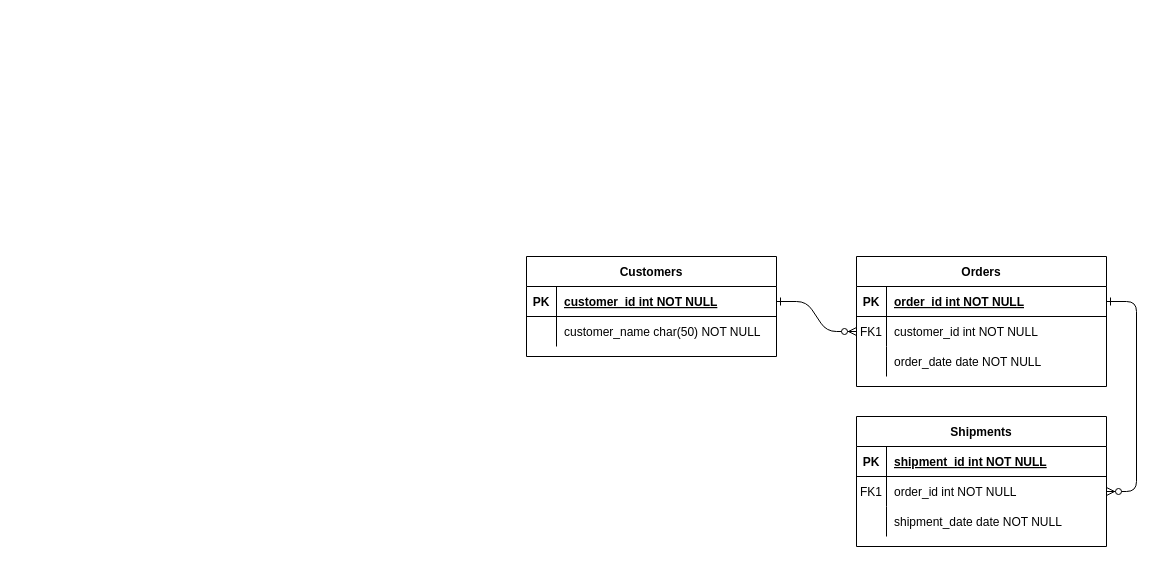
Earlier version of the draw.io diagram Biểu đồ không có tiêu đề.drawio (carrotnie/exe2). Source tidied: cells renumbered, new cells numbered last; positions are measured from the earlier drawing's top-left corner, leaving out a move shared by most shapes. Both pictures are drawn from the tidied source at 100%, with x=0, y=0 at pixel (526, 256).
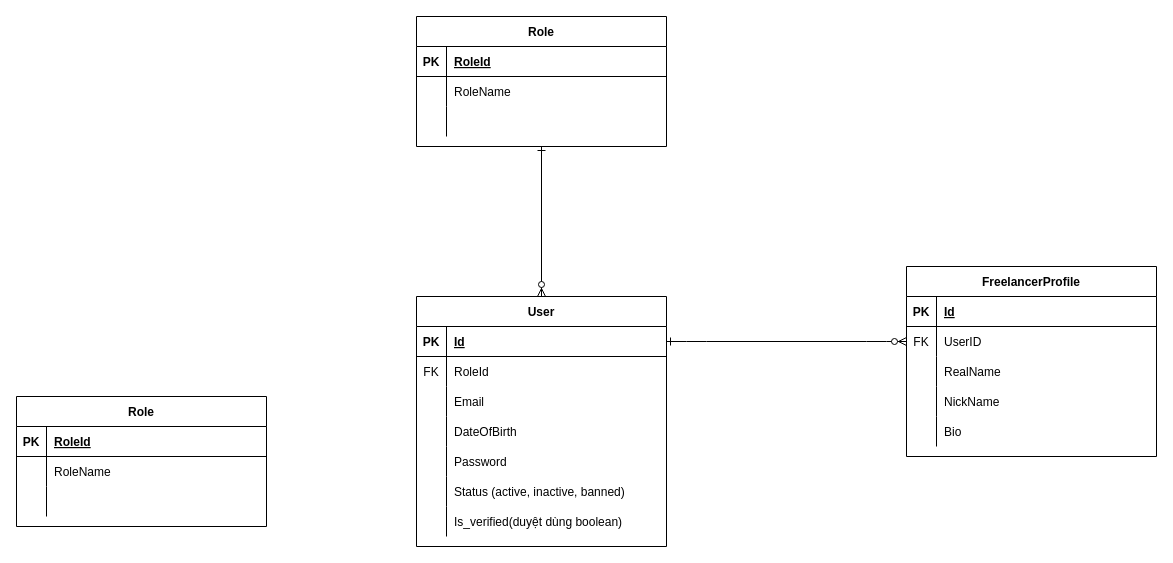
The same diagram, later.

Commit message:
Cập nhật Biểu đồ không có tiêu đề.drawio

Unchanged cells that the change refers to:
```xml
<mxCell id="5" style="shape=partialRectangle;fillColor=none;points=[[0,0.5],[1,0.5]];portConstraint=eastwest;top=0;left=0;right=0;bottom=1;" parent="4" vertex="1">
  <mxGeometry y="30" width="250" height="30" as="geometry" />
</mxCell>
<mxCell id="8" style="shape=partialRectangle;fillColor=none;points=[[0,0.5],[1,0.5]];portConstraint=eastwest;top=0;left=0;right=0;bottom=0;" parent="4" vertex="1">
  <mxGeometry y="60" width="250" height="30" as="geometry" />
</mxCell>
<mxCell id="11" style="shape=partialRectangle;fillColor=none;top=0;left=0;right=0;bottom=0;" parent="4" vertex="1">
  <mxGeometry y="90" width="250" height="30" as="geometry" />
</mxCell>
<mxCell id="15" style="shape=partialRectangle;fillColor=none;top=0;left=0;right=0;bottom=1;" parent="14" vertex="1">
  <mxGeometry y="30" width="250" height="30" as="geometry" />
</mxCell>
<mxCell id="18" style="shape=partialRectangle;fillColor=none;points=[[0,0.5],[1,0.5]];portConstraint=eastwest;top=0;left=0;right=0;bottom=0;" parent="14" vertex="1">
  <mxGeometry y="60" width="250" height="30" as="geometry" />
</mxCell>
<mxCell id="21" style="shape=partialRectangle;fillColor=none;top=0;left=0;right=0;bottom=0;" parent="14" vertex="1">
  <mxGeometry y="90" width="250" height="30" as="geometry" />
</mxCell>
<mxCell id="25" style="shape=partialRectangle;fillColor=none;points=[[0,0.5],[1,0.5]];portConstraint=eastwest;top=0;left=0;right=0;bottom=1;" parent="24" vertex="1">
  <mxGeometry y="30" width="250" height="30" as="geometry" />
</mxCell>
```

The edit, as a diff of the source:
```diff
@@
-    <mxCell id="3" style="edgeStyle=entityRelationEdgeStyle;endArrow=ERzeroToMany;startArrow=ERone;endFill=1;startFill=0;" parent="1" edge="1" source="5" target="18">
-      <mxGeometry relative="1" as="geometry" />
-    </mxCell>
-    <mxCell id="4" value="Orders" style="shape=table;startSize=30;childLayout=tableLayout;rowLines=0;fontStyle=1;align=center;" parent="1" vertex="1">
-      <mxGeometry x="330" width="250" height="130" as="geometry" />
+    <mxCell id="4" value="FreelancerProfile" style="shape=table;startSize=30;childLayout=tableLayout;rowLines=0;fontStyle=1;align=center;" parent="1" vertex="1">
+      <mxGeometry x="380" y="10" width="250" height="190" as="geometry" />
     </mxCell>
@@
-    <mxCell id="7" value="order_id int NOT NULL " style="shape=partialRectangle;overflow=hidden;fillColor=none;top=0;left=0;bottom=0;right=0;align=left;spacingLeft=6;fontStyle=5;" parent="5" vertex="1">
+    <mxCell id="7" value="Id" style="shape=partialRectangle;overflow=hidden;fillColor=none;top=0;left=0;bottom=0;right=0;align=left;spacingLeft=6;fontStyle=5;" parent="5" vertex="1">
       <mxGeometry x="30" width="220" height="30" as="geometry" />
     </mxCell>
@@
-    <mxCell id="9" value="FK1" style="shape=partialRectangle;overflow=hidden;fillColor=none;top=0;left=0;bottom=0;right=0;" parent="8" vertex="1">
+    <mxCell id="9" value="FK" style="shape=partialRectangle;overflow=hidden;fillColor=none;top=0;left=0;bottom=0;right=0;" parent="8" vertex="1">
       <mxGeometry width="30" height="30" as="geometry" />
     </mxCell>
-    <mxCell id="10" value="customer_id int NOT NULL" style="shape=partialRectangle;overflow=hidden;fillColor=none;top=0;left=0;bottom=0;right=0;align=left;spacingLeft=6;" parent="8" vertex="1">
+    <mxCell id="10" value="UserID" style="shape=partialRectangle;overflow=hidden;fillColor=none;top=0;left=0;bottom=0;right=0;align=left;spacingLeft=6;" parent="8" vertex="1">
       <mxGeometry x="30" width="220" height="30" as="geometry" />
     </mxCell>
@@
-    <mxCell id="13" value="order_date date NOT NULL" style="shape=partialRectangle;overflow=hidden;fillColor=none;top=0;left=0;bottom=0;right=0;align=left;spacingLeft=6;" parent="11" vertex="1">
+    <mxCell id="13" value="RealName" style="shape=partialRectangle;overflow=hidden;fillColor=none;top=0;left=0;bottom=0;right=0;align=left;spacingLeft=6;" parent="11" vertex="1">
       <mxGeometry x="30" width="220" height="30" as="geometry" />
     </mxCell>
+    <mxCell id="31" style="shape=partialRectangle;fillColor=none;top=0;left=0;right=0;bottom=0;" parent="4" vertex="1">
+      <mxGeometry y="120" width="250" height="30" as="geometry" />
+    </mxCell>
+    <mxCell id="32" style="shape=partialRectangle;overflow=hidden;fillColor=none;top=0;left=0;bottom=0;right=0;" parent="31" vertex="1">
+      <mxGeometry width="30" height="30" as="geometry" />
+    </mxCell>
+    <mxCell id="33" value="NickName" style="shape=partialRectangle;overflow=hidden;fillColor=none;top=0;left=0;bottom=0;right=0;align=left;spacingLeft=6;" parent="31" vertex="1">
+      <mxGeometry x="30" width="220" height="30" as="geometry" />
+    </mxCell>
+    <mxCell id="34" style="shape=partialRectangle;fillColor=none;top=0;left=0;right=0;bottom=0;" parent="4" vertex="1">
+      <mxGeometry y="150" width="250" height="30" as="geometry" />
+    </mxCell>
+    <mxCell id="35" style="shape=partialRectangle;overflow=hidden;fillColor=none;top=0;left=0;bottom=0;right=0;" parent="34" vertex="1">
+      <mxGeometry width="30" height="30" as="geometry" />
+    </mxCell>
+    <mxCell id="36" value="Bio" style="shape=partialRectangle;overflow=hidden;fillColor=none;top=0;left=0;bottom=0;right=0;align=left;spacingLeft=6;" parent="34" vertex="1">
+      <mxGeometry x="30" width="220" height="30" as="geometry" />
+    </mxCell>
-    <mxCell id="14" value="Shipments" style="shape=table;startSize=30;childLayout=tableLayout;rowLines=0;fontStyle=1;align=center;" parent="1" vertex="1">
-      <mxGeometry x="330" y="160" width="250" height="130" as="geometry" />
+    <mxCell id="14" value="Role" style="shape=table;startSize=30;childLayout=tableLayout;rowLines=0;fontStyle=1;align=center;" parent="1" vertex="1">
+      <mxGeometry x="-110" y="-240" width="250" height="130" as="geometry" />
     </mxCell>
@@
-    <mxCell id="17" value="shipment_id int NOT NULL " style="shape=partialRectangle;overflow=hidden;fillColor=none;top=0;left=0;bottom=0;right=0;align=left;spacingLeft=6;fontStyle=5;" parent="15" vertex="1">
+    <mxCell id="17" value="RoleId" style="shape=partialRectangle;overflow=hidden;fillColor=none;top=0;left=0;bottom=0;right=0;align=left;spacingLeft=6;fontStyle=5;" parent="15" vertex="1">
       <mxGeometry x="30" width="220" height="30" as="geometry" />
     </mxCell>
@@
-    <mxCell id="19" value="FK1" style="shape=partialRectangle;overflow=hidden;fillColor=none;top=0;left=0;bottom=0;right=0;" parent="18" vertex="1">
+    <mxCell id="19" style="shape=partialRectangle;overflow=hidden;fillColor=none;top=0;left=0;bottom=0;right=0;" parent="18" vertex="1">
       <mxGeometry width="30" height="30" as="geometry" />
     </mxCell>
-    <mxCell id="20" value="order_id int NOT NULL" style="shape=partialRectangle;overflow=hidden;fillColor=none;top=0;left=0;bottom=0;right=0;align=left;spacingLeft=6;" parent="18" vertex="1">
+    <mxCell id="20" value="RoleName" style="shape=partialRectangle;overflow=hidden;fillColor=none;top=0;left=0;bottom=0;right=0;align=left;spacingLeft=6;" parent="18" vertex="1">
       <mxGeometry x="30" width="220" height="30" as="geometry" />
     </mxCell>
@@
-    <mxCell id="23" value="shipment_date date NOT NULL" style="shape=partialRectangle;overflow=hidden;fillColor=none;top=0;left=0;bottom=0;right=0;align=left;spacingLeft=6;" parent="21" vertex="1">
+    <mxCell id="23" style="shape=partialRectangle;overflow=hidden;fillColor=none;top=0;left=0;bottom=0;right=0;align=left;spacingLeft=6;" parent="21" vertex="1">
       <mxGeometry x="30" width="220" height="30" as="geometry" />
     </mxCell>
-    <mxCell id="24" value="Customers" style="shape=table;startSize=30;childLayout=tableLayout;rowLines=0;fontStyle=1;align=center;" parent="1" vertex="1">
-      <mxGeometry width="250" height="100" as="geometry" />
+    <mxCell id="24" value="User" style="shape=table;startSize=30;childLayout=tableLayout;rowLines=0;fontStyle=1;align=center;" parent="1" vertex="1">
+      <mxGeometry x="-110" y="40" width="250" height="250" as="geometry" />
     </mxCell>
@@
-    <mxCell id="27" value="customer_id int NOT NULL " style="shape=partialRectangle;overflow=hidden;fillColor=none;top=0;left=0;bottom=0;right=0;align=left;spacingLeft=6;fontStyle=5;" parent="25" vertex="1">
+    <mxCell id="27" value="Id" style="shape=partialRectangle;overflow=hidden;fillColor=none;top=0;left=0;bottom=0;right=0;align=left;spacingLeft=6;fontStyle=5;" parent="25" vertex="1">
       <mxGeometry x="30" width="220" height="30" as="geometry" />
     </mxCell>
-    <mxCell id="28" style="shape=partialRectangle;fillColor=none;top=0;left=0;right=0;bottom=0;" parent="24" vertex="1">
-      <mxGeometry y="60" width="250" height="30" as="geometry" />
-    </mxCell>
-    <mxCell id="29" style="shape=partialRectangle;overflow=hidden;fillColor=none;top=0;left=0;bottom=0;right=0;" parent="28" vertex="1">
-      <mxGeometry width="30" height="30" as="geometry" />
-    </mxCell>
-    <mxCell id="30" value="customer_name char(50) NOT NULL" style="shape=partialRectangle;overflow=hidden;fillColor=none;top=0;left=0;bottom=0;right=0;align=left;spacingLeft=6;" parent="28" vertex="1">
-      <mxGeometry x="30" width="220" height="30" as="geometry" />
-    </mxCell>
+    <mxCell id="37" style="shape=partialRectangle;fillColor=none;top=0;left=0;right=0;bottom=0;" parent="24" vertex="1">
+      <mxGeometry y="60" width="250" height="30" as="geometry" />
+    </mxCell>
+    <mxCell id="38" value="FK" style="shape=partialRectangle;overflow=hidden;fillColor=none;top=0;left=0;bottom=0;right=0;" parent="37" vertex="1">
+      <mxGeometry width="30" height="30" as="geometry" />
+    </mxCell>
+    <mxCell id="39" value="RoleId" style="shape=partialRectangle;overflow=hidden;fillColor=none;top=0;left=0;bottom=0;right=0;align=left;spacingLeft=6;" parent="37" vertex="1">
+      <mxGeometry x="30" width="220" height="30" as="geometry" />
+    </mxCell>
+    <mxCell id="40" style="shape=partialRectangle;fillColor=none;top=0;left=0;right=0;bottom=0;" parent="24" vertex="1">
+      <mxGeometry y="90" width="250" height="30" as="geometry" />
+    </mxCell>
+    <mxCell id="41" style="shape=partialRectangle;overflow=hidden;fillColor=none;top=0;left=0;bottom=0;right=0;" parent="40" vertex="1">
+      <mxGeometry width="30" height="30" as="geometry" />
+    </mxCell>
+    <mxCell id="42" value="Email" style="shape=partialRectangle;overflow=hidden;fillColor=none;top=0;left=0;bottom=0;right=0;align=left;spacingLeft=6;" parent="40" vertex="1">
+      <mxGeometry x="30" width="220" height="30" as="geometry" />
+    </mxCell>
+    <mxCell id="43" style="shape=partialRectangle;fillColor=none;top=0;left=0;right=0;bottom=0;" parent="24" vertex="1">
+      <mxGeometry y="120" width="250" height="30" as="geometry" />
+    </mxCell>
+    <mxCell id="44" style="shape=partialRectangle;overflow=hidden;fillColor=none;top=0;left=0;bottom=0;right=0;" parent="43" vertex="1">
+      <mxGeometry width="30" height="30" as="geometry" />
+    </mxCell>
+    <mxCell id="45" value="DateOfBirth " style="shape=partialRectangle;overflow=hidden;fillColor=none;top=0;left=0;bottom=0;right=0;align=left;spacingLeft=6;" parent="43" vertex="1">
+      <mxGeometry x="30" width="220" height="30" as="geometry" />
+    </mxCell>
+    <mxCell id="46" style="shape=partialRectangle;fillColor=none;top=0;left=0;right=0;bottom=0;" parent="24" vertex="1">
+      <mxGeometry y="150" width="250" height="30" as="geometry" />
+    </mxCell>
+    <mxCell id="47" style="shape=partialRectangle;overflow=hidden;fillColor=none;top=0;left=0;bottom=0;right=0;" parent="46" vertex="1">
+      <mxGeometry width="30" height="30" as="geometry" />
+    </mxCell>
+    <mxCell id="48" value="Password " style="shape=partialRectangle;overflow=hidden;fillColor=none;top=0;left=0;bottom=0;right=0;align=left;spacingLeft=6;" parent="46" vertex="1">
+      <mxGeometry x="30" width="220" height="30" as="geometry" />
+    </mxCell>
+    <mxCell id="49" style="shape=partialRectangle;fillColor=none;top=0;left=0;right=0;bottom=0;" parent="24" vertex="1">
+      <mxGeometry y="180" width="250" height="30" as="geometry" />
+    </mxCell>
+    <mxCell id="50" style="shape=partialRectangle;overflow=hidden;fillColor=none;top=0;left=0;bottom=0;right=0;" parent="49" vertex="1">
+      <mxGeometry width="30" height="30" as="geometry" />
+    </mxCell>
+    <mxCell id="51" value="Status (active, inactive, banned)" style="shape=partialRectangle;overflow=hidden;fillColor=none;top=0;left=0;bottom=0;right=0;align=left;spacingLeft=6;" parent="49" vertex="1">
+      <mxGeometry x="30" width="220" height="30" as="geometry" />
+    </mxCell>
+    <mxCell id="52" style="shape=partialRectangle;fillColor=none;top=0;left=0;right=0;bottom=0;" parent="24" vertex="1">
+      <mxGeometry y="210" width="250" height="30" as="geometry" />
+    </mxCell>
+    <mxCell id="53" style="shape=partialRectangle;overflow=hidden;fillColor=none;top=0;left=0;bottom=0;right=0;" parent="52" vertex="1">
+      <mxGeometry width="30" height="30" as="geometry" />
+    </mxCell>
+    <mxCell id="54" value="Is_verified(duyệt dùng boolean)" style="shape=partialRectangle;overflow=hidden;fillColor=none;top=0;left=0;bottom=0;right=0;align=left;spacingLeft=6;" parent="52" vertex="1">
+      <mxGeometry x="30" width="220" height="30" as="geometry" />
+    </mxCell>
+    <mxCell id="55" style="endArrow=ERzeroToMany;startArrow=ERone;endFill=1;startFill=0;exitX=0.5;exitY=1;exitDx=0;exitDy=0;entryX=0.5;entryY=0;entryDx=0;entryDy=0;" parent="1" edge="1" source="14" target="24">
+      <mxGeometry relative="1" as="geometry" />
+    </mxCell>
+    <mxCell id="56" value="Role" style="shape=table;startSize=30;childLayout=tableLayout;rowLines=0;fontStyle=1;align=center;" parent="1" vertex="1">
+      <mxGeometry x="-510" y="140" width="250" height="130" as="geometry" />
+    </mxCell>
+    <mxCell id="57" style="shape=partialRectangle;fillColor=none;top=0;left=0;right=0;bottom=1;" parent="56" vertex="1">
+      <mxGeometry y="30" width="250" height="30" as="geometry" />
+    </mxCell>
+    <mxCell id="58" value="PK" style="shape=partialRectangle;overflow=hidden;fillColor=none;top=0;left=0;bottom=0;right=0;fontStyle=1;" parent="57" vertex="1">
+      <mxGeometry width="30" height="30" as="geometry" />
+    </mxCell>
+    <mxCell id="59" value="RoleId" style="shape=partialRectangle;overflow=hidden;fillColor=none;top=0;left=0;bottom=0;right=0;align=left;spacingLeft=6;fontStyle=5;" parent="57" vertex="1">
+      <mxGeometry x="30" width="220" height="30" as="geometry" />
+    </mxCell>
+    <mxCell id="60" style="shape=partialRectangle;fillColor=none;top=0;left=0;right=0;bottom=0;" parent="56" vertex="1">
+      <mxGeometry y="60" width="250" height="30" as="geometry" />
+    </mxCell>
+    <mxCell id="61" style="shape=partialRectangle;overflow=hidden;fillColor=none;top=0;left=0;bottom=0;right=0;" parent="60" vertex="1">
+      <mxGeometry width="30" height="30" as="geometry" />
+    </mxCell>
+    <mxCell id="62" value="RoleName" style="shape=partialRectangle;overflow=hidden;fillColor=none;top=0;left=0;bottom=0;right=0;align=left;spacingLeft=6;" parent="60" vertex="1">
+      <mxGeometry x="30" width="220" height="30" as="geometry" />
+    </mxCell>
+    <mxCell id="63" style="shape=partialRectangle;fillColor=none;top=0;left=0;right=0;bottom=0;" parent="56" vertex="1">
+      <mxGeometry y="90" width="250" height="30" as="geometry" />
+    </mxCell>
+    <mxCell id="64" style="shape=partialRectangle;overflow=hidden;fillColor=none;top=0;left=0;bottom=0;right=0;" parent="63" vertex="1">
+      <mxGeometry width="30" height="30" as="geometry" />
+    </mxCell>
+    <mxCell id="65" style="shape=partialRectangle;overflow=hidden;fillColor=none;top=0;left=0;bottom=0;right=0;align=left;spacingLeft=6;" parent="63" vertex="1">
+      <mxGeometry x="30" width="220" height="30" as="geometry" />
+    </mxCell>
```
